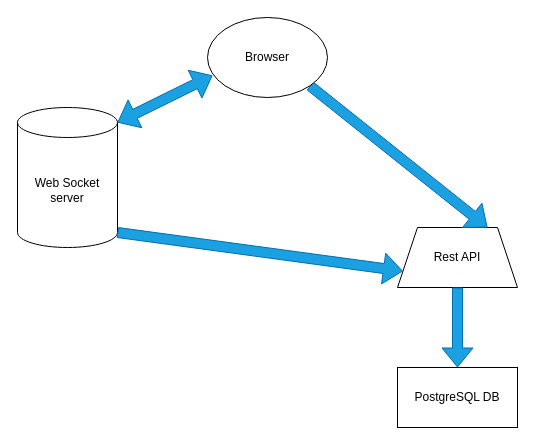
Earlier version of the draw.io diagram docs/plan.drawio (Max-Hitchings/Blackjack-Web-App). Source tidied: cells renumbered, new cells numbered last; positions are measured from the earlier drawing's top-left corner, leaving out a move shared by most shapes. Both pictures are drawn from the tidied source at 100%, with x=0, y=0 at pixel (17, 17).
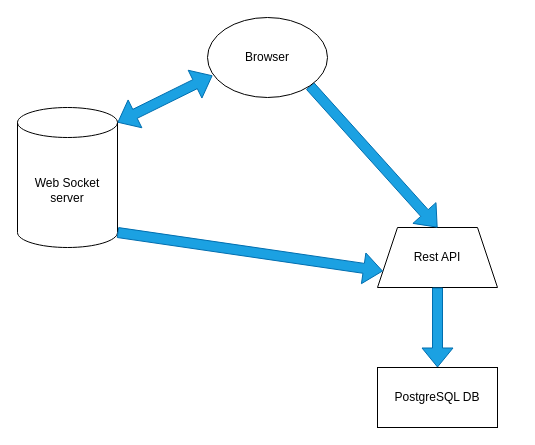
The same diagram, later.

Diff of the diagram source:
```diff
@@
 <mxGraphModel>
   <root>
     <mxCell id="0" />
     <mxCell id="1" parent="0" />
     <mxCell id="2" value="Web Socket server" style="shape=cylinder3;whiteSpace=wrap;html=1;boundedLbl=1;backgroundOutline=1;size=15;" parent="1" vertex="1">
       <mxGeometry y="90" width="100" height="140" as="geometry" />
     </mxCell>
     <mxCell id="3" value="PostgreSQL DB" style="rounded=0;whiteSpace=wrap;html=1;" parent="1" vertex="1">
-      <mxGeometry x="380" y="350" width="120" height="60" as="geometry" />
+      <mxGeometry x="360" y="350" width="120" height="60" as="geometry" />
     </mxCell>
     <mxCell id="4" value="Rest API" style="shape=trapezoid;perimeter=trapezoidPerimeter;whiteSpace=wrap;html=1;fixedSize=1;" parent="1" vertex="1">
-      <mxGeometry x="380" y="210" width="120" height="60" as="geometry" />
+      <mxGeometry x="360" y="210" width="120" height="60" as="geometry" />
     </mxCell>
-    <mxCell id="5" style="shape=flexArrow;endArrow=classic;html=1;entryX=0.75;entryY=0;entryDx=0;entryDy=0;fillColor=#1ba1e2;strokeColor=#006EAF;exitX=1;exitY=1;exitDx=0;exitDy=0;" parent="1" edge="1" source="9" target="4">
+    <mxCell id="5" style="shape=flexArrow;endArrow=classic;html=1;entryX=0.5;entryY=0;entryDx=0;entryDy=0;fillColor=#1ba1e2;strokeColor=#006EAF;exitX=1;exitY=1;exitDx=0;exitDy=0;" parent="1" edge="1" source="9" target="4">
       <mxGeometry relative="1" as="geometry" />
     </mxCell>
     <mxCell id="6" style="shape=flexArrow;endArrow=classic;html=1;entryX=0;entryY=0.75;entryDx=0;entryDy=0;exitX=1;exitY=1;exitDx=0;exitDy=-15;exitPerimeter=0;fillColor=#1ba1e2;strokeColor=#006EAF;" parent="1" edge="1" source="2" target="4">
       <mxGeometry relative="1" as="geometry" />
     </mxCell>
     <mxCell id="7" style="shape=flexArrow;endArrow=classic;startArrow=classic;html=1;entryX=0.042;entryY=0.725;entryDx=0;entryDy=0;exitX=1;exitY=0;exitDx=0;exitDy=15;exitPerimeter=0;fillColor=#1ba1e2;strokeColor=#006EAF;entryPerimeter=0;" parent="1" edge="1" source="2" target="9">
       <mxGeometry relative="1" as="geometry" />
     </mxCell>
     <mxCell id="8" style="shape=flexArrow;endArrow=classic;html=1;entryX=0.5;entryY=0;entryDx=0;entryDy=0;fillColor=#1ba1e2;strokeColor=#006EAF;" parent="1" edge="1" source="4" target="3">
       <mxGeometry relative="1" as="geometry" />
     </mxCell>
     <mxCell id="9" value="Browser" style="ellipse;whiteSpace=wrap;html=1;" parent="1" vertex="1">
       <mxGeometry x="190" width="120" height="80" as="geometry" />
     </mxCell>
   </root>
 </mxGraphModel>
```
